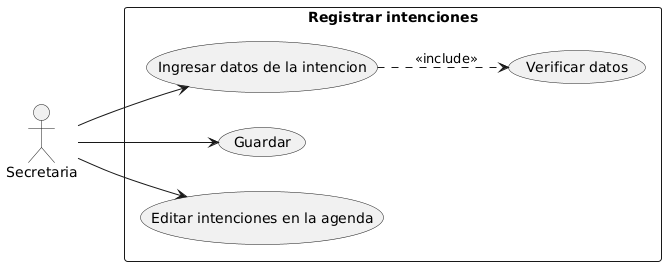
This is Documentacion/casos de uso registrar intencion.png from EGA-SUPREMO/Sistema-de-Gestion-Parroquial, a PlantUML export, as it was before one commit. Source of this version:
```plantuml
@startuml
left to right direction

actor Secretaria

rectangle "Registrar intenciones" {
  usecase "Ingresar datos de la intencion" as UC1
  usecase "Verificar datos" as UC2
  usecase "Guardar" as UC3
  usecase "Editar intenciones en la agenda" as UC4
}

Secretaria --> UC1
Secretaria --> UC3
UC1 ..> UC2 : <<include>>
Secretaria --> UC4
@enduml
```
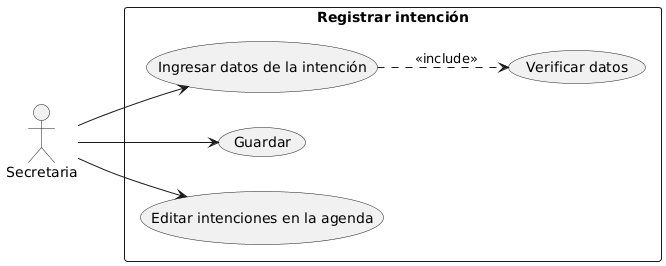
Above is the later version.

Commit message:
actualizar casos de uso y borrar casos de uso descripcion

Change to the diagram source:
```diff
@@ -3,8 +3,8 @@
 
 actor Secretaria
 
-rectangle "Registrar intenciones" {
-  usecase "Ingresar datos de la intencion" as UC1
+rectangle "Registrar intención" {
+  usecase "Ingresar datos de la intención" as UC1
   usecase "Verificar datos" as UC2
   usecase "Guardar" as UC3
   usecase "Editar intenciones en la agenda" as UC4
```
